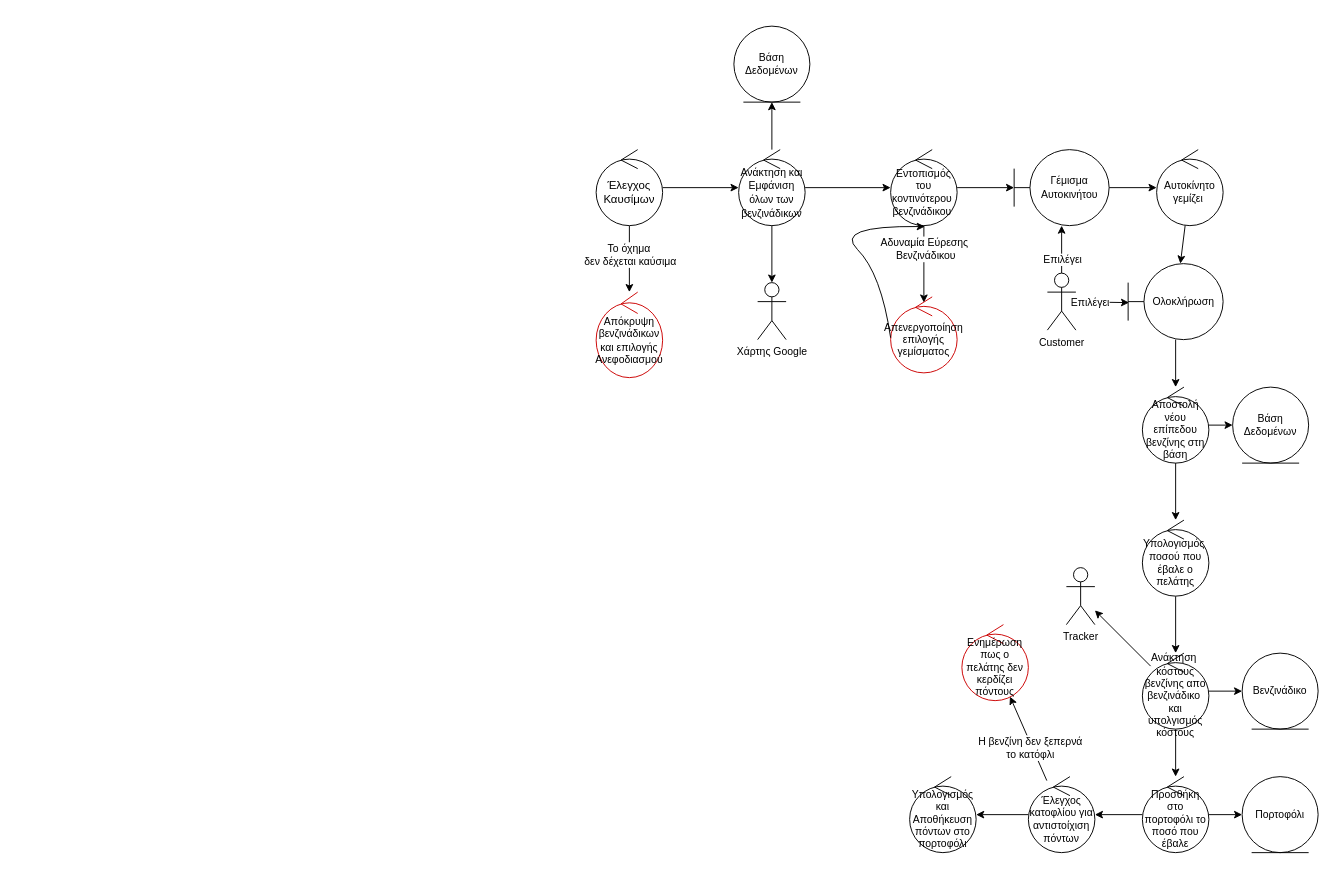
Before: Part_2/Robustness/diagrams/13_Ανεφοδιασμός_Οχήματος.drawio in Nikolis2002/texnoligia_logismikou, a draw.io diagram. Source tidied: cells renumbered, new cells numbered last; positions are measured from the earlier drawing's top-left corner, leaving out a move shared by most shapes. Both pictures are drawn from the tidied source at 95%, with x=0, y=0 at pixel (596, 26).
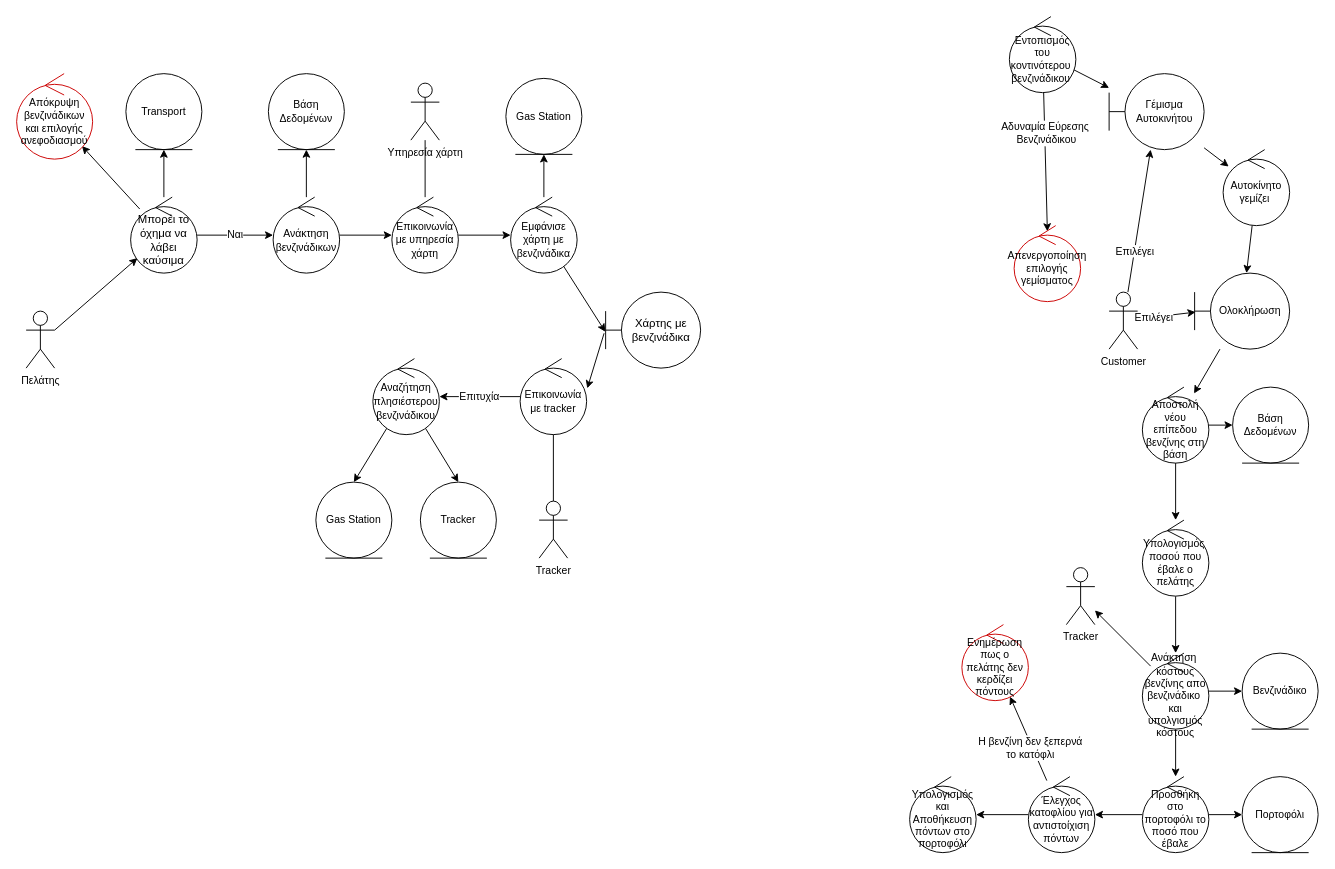
Above is the later version.

Diff of the diagram source:
```diff
@@
-    <mxCell id="2" style="edgeStyle=none;html=1;fontSize=11;" parent="1" edge="1" source="5" target="9">
+    <mxCell id="2" value="Ναι" style="edgeStyle=none;html=1;fontSize=11;" parent="1" edge="1" source="5" target="9">
       <mxGeometry relative="1" as="geometry" />
     </mxCell>
+    <mxCell id="52" style="edgeStyle=none;html=1;" parent="1" edge="1" source="5" target="54">
+      <mxGeometry relative="1" as="geometry" />
+    </mxCell>
-    <mxCell id="3" style="edgeStyle=none;html=1;fontSize=11;" parent="1" edge="1" source="5" target="48">
+    <mxCell id="3" style="edgeStyle=none;html=1;endArrow=classic;endFill=1;" parent="1" edge="1" source="5" target="48">
       <mxGeometry relative="1" as="geometry" />
     </mxCell>
-    <mxCell id="4" value="Το όχημα&amp;nbsp;&lt;br&gt;δεν δέχεται καύσιμα" style="edgeLabel;html=1;align=center;verticalAlign=middle;fontSize=11;" parent="3" vertex="1">
-      <mxGeometry x="-0.43" y="2" relative="1" as="geometry">
-        <mxPoint x="-2" y="10" as="offset" />
-      </mxGeometry>
-    </mxCell>
-    <mxCell id="5" value="Έλεγχος Καυσίμων" style="ellipse;shape=umlControl;whiteSpace=wrap;html=1;" parent="1" vertex="1">
-      <mxGeometry y="130" width="70" height="80" as="geometry" />
+    <mxCell id="5" value="Μπορέι το όχημα να λάβει καύσιμα" style="ellipse;shape=umlControl;whiteSpace=wrap;html=1;" parent="1" vertex="1">
+      <mxGeometry x="-490" y="180" width="70" height="80" as="geometry" />
     </mxCell>
@@
-    <mxCell id="7" style="edgeStyle=none;html=1;fontSize=11;" parent="1" edge="1" source="9" target="11">
-      <mxGeometry relative="1" as="geometry" />
-    </mxCell>
-    <mxCell id="8" style="edgeStyle=none;html=1;fontSize=11;" parent="1" edge="1" source="9" target="15">
-      <mxGeometry relative="1" as="geometry" />
-    </mxCell>
+    <mxCell id="53" style="edgeStyle=none;html=1;" parent="1" edge="1" source="9" target="59">
+      <mxGeometry relative="1" as="geometry" />
+    </mxCell>
-    <mxCell id="9" value="&lt;font style=&quot;font-size: 11px;&quot;&gt;Ανάκτηση και Εμφάνιση όλων των βενζινάδικων&lt;/font&gt;" style="ellipse;shape=umlControl;whiteSpace=wrap;html=1;" parent="1" vertex="1">
-      <mxGeometry x="150" y="130" width="70" height="80" as="geometry" />
+    <mxCell id="9" value="&lt;font style=&quot;font-size: 11px;&quot;&gt;Ανάκτηση βενζινάδικων&lt;/font&gt;" style="ellipse;shape=umlControl;whiteSpace=wrap;html=1;" parent="1" vertex="1">
+      <mxGeometry x="-340" y="180" width="70" height="80" as="geometry" />
     </mxCell>
     <mxCell id="10" value="Βάση Δεδομένων" style="ellipse;shape=umlEntity;whiteSpace=wrap;html=1;fontSize=11;" parent="1" vertex="1">
-      <mxGeometry x="145" width="80" height="80" as="geometry" />
+      <mxGeometry x="-345" y="50" width="80" height="80" as="geometry" />
     </mxCell>
-    <mxCell id="11" value="Χάρτης Google" style="shape=umlActor;verticalLabelPosition=bottom;verticalAlign=top;html=1;fontSize=11;" parent="1" vertex="1">
-      <mxGeometry x="170" y="270" width="30" height="60" as="geometry" />
-    </mxCell>
@@
     <mxCell id="15" value="Εντοπισμός του κοντινότερου&amp;nbsp; βενζινάδικου&amp;nbsp;" style="ellipse;shape=umlControl;whiteSpace=wrap;html=1;fontSize=11;" parent="1" vertex="1">
-      <mxGeometry x="310" y="130" width="70" height="80" as="geometry" />
+      <mxGeometry x="435" y="-10" width="70" height="80" as="geometry" />
     </mxCell>
@@
     <mxCell id="17" value="Γέμισμα Αυτοκινήτου" style="shape=umlBoundary;whiteSpace=wrap;html=1;fontSize=11;" parent="1" vertex="1">
-      <mxGeometry x="440" y="130" width="100" height="80" as="geometry" />
+      <mxGeometry x="540" y="50" width="100" height="80" as="geometry" />
     </mxCell>
@@
     <mxCell id="22" value="Customer" style="shape=umlActor;verticalLabelPosition=bottom;verticalAlign=top;html=1;fontSize=11;" parent="1" vertex="1">
-      <mxGeometry x="475" y="260" width="30" height="60" as="geometry" />
+      <mxGeometry x="540" y="280" width="30" height="60" as="geometry" />
     </mxCell>
@@
     <mxCell id="24" value="Αυτοκίνητο γεμίζει&amp;nbsp;" style="ellipse;shape=umlControl;whiteSpace=wrap;html=1;fontSize=11;" parent="1" vertex="1">
-      <mxGeometry x="590" y="130" width="70" height="80" as="geometry" />
+      <mxGeometry x="660" y="130" width="70" height="80" as="geometry" />
     </mxCell>
@@
     <mxCell id="26" value="Ολοκλήρωση" style="shape=umlBoundary;whiteSpace=wrap;html=1;fontSize=11;" parent="1" vertex="1">
-      <mxGeometry x="560" y="250" width="100" height="80" as="geometry" />
+      <mxGeometry x="630" y="260" width="100" height="80" as="geometry" />
     </mxCell>
@@
-    <mxCell id="48" value="Απόκρυψη βενζινάδικων&lt;br&gt;και επιλογής&lt;br&gt;Ανεφοδιασμού" style="ellipse;shape=umlControl;whiteSpace=wrap;html=1;fontSize=11;strokeColor=#CC0000;" parent="1" vertex="1">
-      <mxGeometry y="280" width="70" height="90" as="geometry" />
+    <mxCell id="48" value="Απόκρυψη βενζινάδικων&lt;br&gt;και επιλογής&lt;br&gt;ανεφοδιασμού" style="ellipse;shape=umlControl;whiteSpace=wrap;html=1;fontSize=11;strokeColor=#CC0000;" parent="1" vertex="1">
+      <mxGeometry x="-610" y="50" width="80" height="90" as="geometry" />
     </mxCell>
     <mxCell id="49" value="Απενεργοποίηση&lt;br&gt;επιλογής γεμίσματος" style="ellipse;shape=umlControl;whiteSpace=wrap;html=1;strokeColor=#CC0000;fontSize=11;" parent="1" vertex="1">
-      <mxGeometry x="310" y="285" width="70" height="80" as="geometry" />
+      <mxGeometry x="440" y="210" width="70" height="80" as="geometry" />
     </mxCell>
-    <mxCell id="50" style="curved=1;endArrow=classic;html=1;fontSize=11;entryX=0.514;entryY=1.013;entryDx=0;entryDy=0;entryPerimeter=0;exitX=0;exitY=0.538;exitDx=0;exitDy=0;exitPerimeter=0;" parent="1" edge="1" source="49" target="15">
-      <mxGeometry relative="1" as="geometry">
-        <Array as="points">
-          <mxPoint x="300" y="260" />
-          <mxPoint x="250" y="210" />
-        </Array>
-      </mxGeometry>
-    </mxCell>
@@
+    <mxCell id="54" value="Transport" style="ellipse;shape=umlEntity;whiteSpace=wrap;html=1;fontSize=11;" parent="1" vertex="1">
+      <mxGeometry x="-495" y="50" width="80" height="80" as="geometry" />
+    </mxCell>
+    <mxCell id="55" style="edgeStyle=none;html=1;exitX=1;exitY=0.3333333333333333;exitDx=0;exitDy=0;exitPerimeter=0;" parent="1" edge="1" source="56" target="5">
+      <mxGeometry relative="1" as="geometry" />
+    </mxCell>
+    <mxCell id="56" value="Πελάτης" style="shape=umlActor;verticalLabelPosition=bottom;verticalAlign=top;html=1;fontSize=11;" parent="1" vertex="1">
+      <mxGeometry x="-600" y="300" width="30" height="60" as="geometry" />
+    </mxCell>
+    <mxCell id="57" style="edgeStyle=none;html=1;endArrow=none;endFill=0;" parent="1" edge="1" source="59" target="60">
+      <mxGeometry relative="1" as="geometry" />
+    </mxCell>
+    <mxCell id="58" style="edgeStyle=none;html=1;endArrow=classic;endFill=1;" parent="1" edge="1" source="59" target="63">
+      <mxGeometry relative="1" as="geometry" />
+    </mxCell>
+    <mxCell id="59" value="&lt;font style=&quot;font-size: 11px;&quot;&gt;Επικοινωνία με υπηρεσία χάρτη&lt;/font&gt;" style="ellipse;shape=umlControl;whiteSpace=wrap;html=1;" parent="1" vertex="1">
+      <mxGeometry x="-215" y="180" width="70" height="80" as="geometry" />
+    </mxCell>
+    <mxCell id="60" value="Υπηρεσία χάρτη" style="shape=umlActor;verticalLabelPosition=bottom;verticalAlign=top;html=1;fontSize=11;" parent="1" vertex="1">
+      <mxGeometry x="-195" y="60" width="30" height="60" as="geometry" />
+    </mxCell>
+    <mxCell id="61" style="edgeStyle=none;html=1;entryX=-0.003;entryY=0.522;entryDx=0;entryDy=0;entryPerimeter=0;endArrow=classic;endFill=1;" parent="1" edge="1" source="63" target="65">
+      <mxGeometry relative="1" as="geometry" />
+    </mxCell>
+    <mxCell id="62" style="edgeStyle=none;html=1;endArrow=classic;endFill=1;" parent="1" edge="1" source="63" target="68">
+      <mxGeometry relative="1" as="geometry" />
+    </mxCell>
+    <mxCell id="63" value="&lt;font style=&quot;font-size: 11px;&quot;&gt;Εμφάνισε χάρτη με βενζινάδικα&lt;/font&gt;" style="ellipse;shape=umlControl;whiteSpace=wrap;html=1;" parent="1" vertex="1">
+      <mxGeometry x="-90" y="180" width="70" height="80" as="geometry" />
+    </mxCell>
+    <mxCell id="64" style="edgeStyle=none;html=1;entryX=1.01;entryY=0.391;entryDx=0;entryDy=0;entryPerimeter=0;endArrow=classic;endFill=1;exitX=-0.016;exitY=0.541;exitDx=0;exitDy=0;exitPerimeter=0;" parent="1" edge="1" source="65" target="67">
+      <mxGeometry relative="1" as="geometry" />
+    </mxCell>
+    <mxCell id="65" value="Χάρτης με βενζινάδικα" style="shape=umlBoundary;whiteSpace=wrap;html=1;" parent="1" vertex="1">
+      <mxGeometry x="10" y="280" width="100" height="80" as="geometry" />
+    </mxCell>
+    <mxCell id="66" value="Επιτυχία" style="edgeStyle=none;html=1;endArrow=classic;endFill=1;" parent="1" edge="1" source="67" target="71">
+      <mxGeometry relative="1" as="geometry" />
+    </mxCell>
+    <mxCell id="67" value="&lt;font style=&quot;font-size: 11px;&quot;&gt;Επικοινωνία με tracker&lt;/font&gt;" style="ellipse;shape=umlControl;whiteSpace=wrap;html=1;" parent="1" vertex="1">
+      <mxGeometry x="-80" y="350" width="70" height="80" as="geometry" />
+    </mxCell>
+    <mxCell id="68" value="Gas Station" style="ellipse;shape=umlEntity;whiteSpace=wrap;html=1;fontSize=11;" parent="1" vertex="1">
+      <mxGeometry x="-95" y="55" width="80" height="80" as="geometry" />
+    </mxCell>
+    <mxCell id="69" style="edgeStyle=none;html=1;entryX=0.5;entryY=0;entryDx=0;entryDy=0;endArrow=classic;endFill=1;" parent="1" edge="1" source="71" target="72">
+      <mxGeometry relative="1" as="geometry" />
+    </mxCell>
+    <mxCell id="70" style="edgeStyle=none;html=1;entryX=0.5;entryY=0;entryDx=0;entryDy=0;endArrow=classic;endFill=1;" parent="1" edge="1" source="71" target="73">
+      <mxGeometry relative="1" as="geometry" />
+    </mxCell>
+    <mxCell id="71" value="&lt;font style=&quot;font-size: 11px;&quot;&gt;Αναζήτηση πλησιέστερου βενζινάδικου&lt;/font&gt;" style="ellipse;shape=umlControl;whiteSpace=wrap;html=1;" parent="1" vertex="1">
+      <mxGeometry x="-235" y="350" width="70" height="80" as="geometry" />
+    </mxCell>
+    <mxCell id="72" value="Gas Station" style="ellipse;shape=umlEntity;whiteSpace=wrap;html=1;fontSize=11;" parent="1" vertex="1">
+      <mxGeometry x="-295" y="480" width="80" height="80" as="geometry" />
+    </mxCell>
+    <mxCell id="73" value="Tracker" style="ellipse;shape=umlEntity;whiteSpace=wrap;html=1;fontSize=11;" parent="1" vertex="1">
+      <mxGeometry x="-185" y="480" width="80" height="80" as="geometry" />
+    </mxCell>
+    <mxCell id="74" style="edgeStyle=none;html=1;endArrow=none;endFill=0;" parent="1" edge="1" source="75" target="67">
+      <mxGeometry relative="1" as="geometry" />
+    </mxCell>
+    <mxCell id="75" value="Tracker" style="shape=umlActor;verticalLabelPosition=bottom;verticalAlign=top;html=1;fontSize=11;" parent="1" vertex="1">
+      <mxGeometry x="-60" y="500" width="30" height="60" as="geometry" />
+    </mxCell>
```
